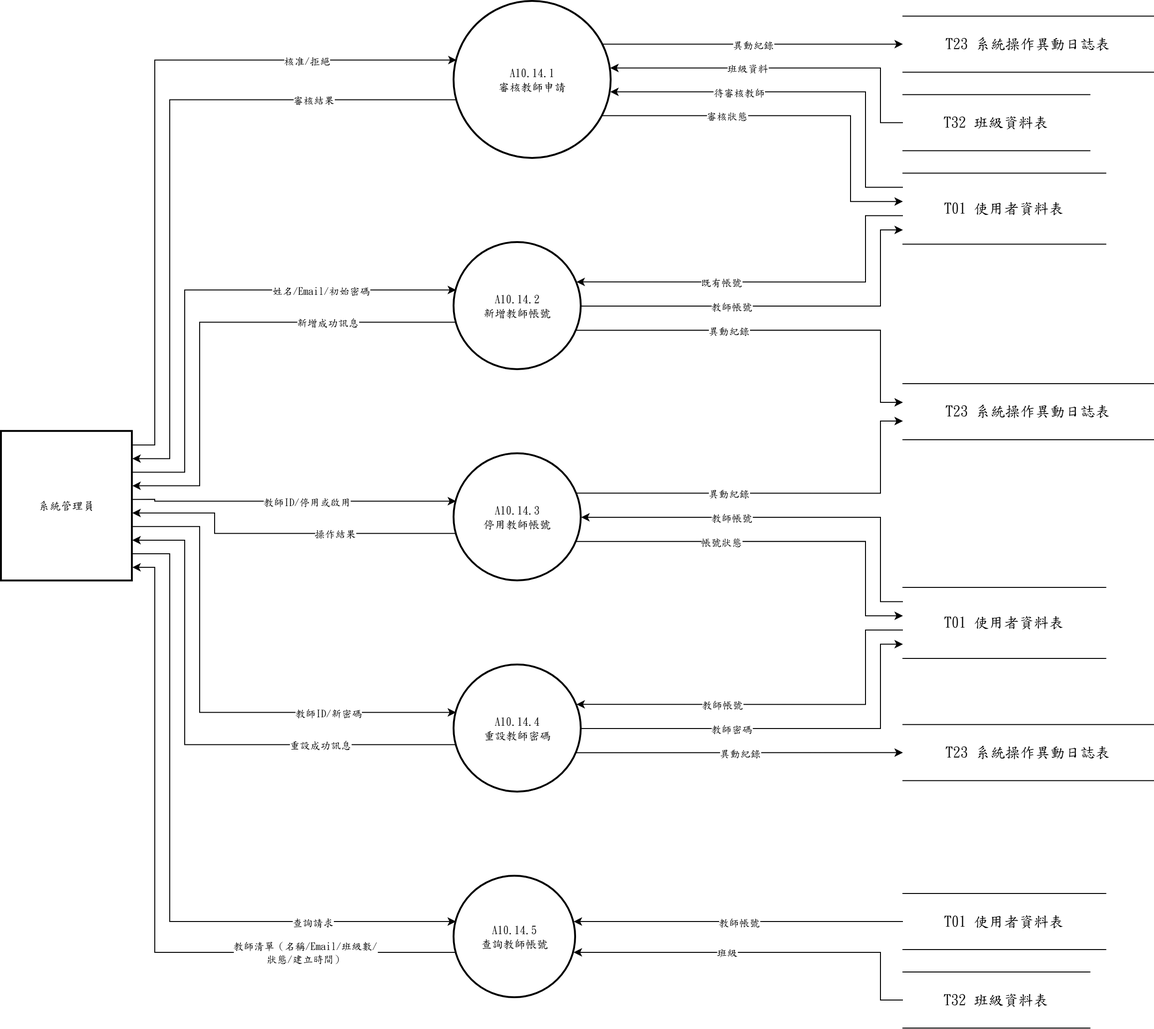
The draw.io diagram 系統文件/第6章/DFD圖/圖10/新/圖10.14.drawio.png in s22452007/115502, before a commit. Source tidied: cells renumbered, new cells last; positions are measured from the earlier drawing's top-left corner, leaving out a move shared by most shapes.
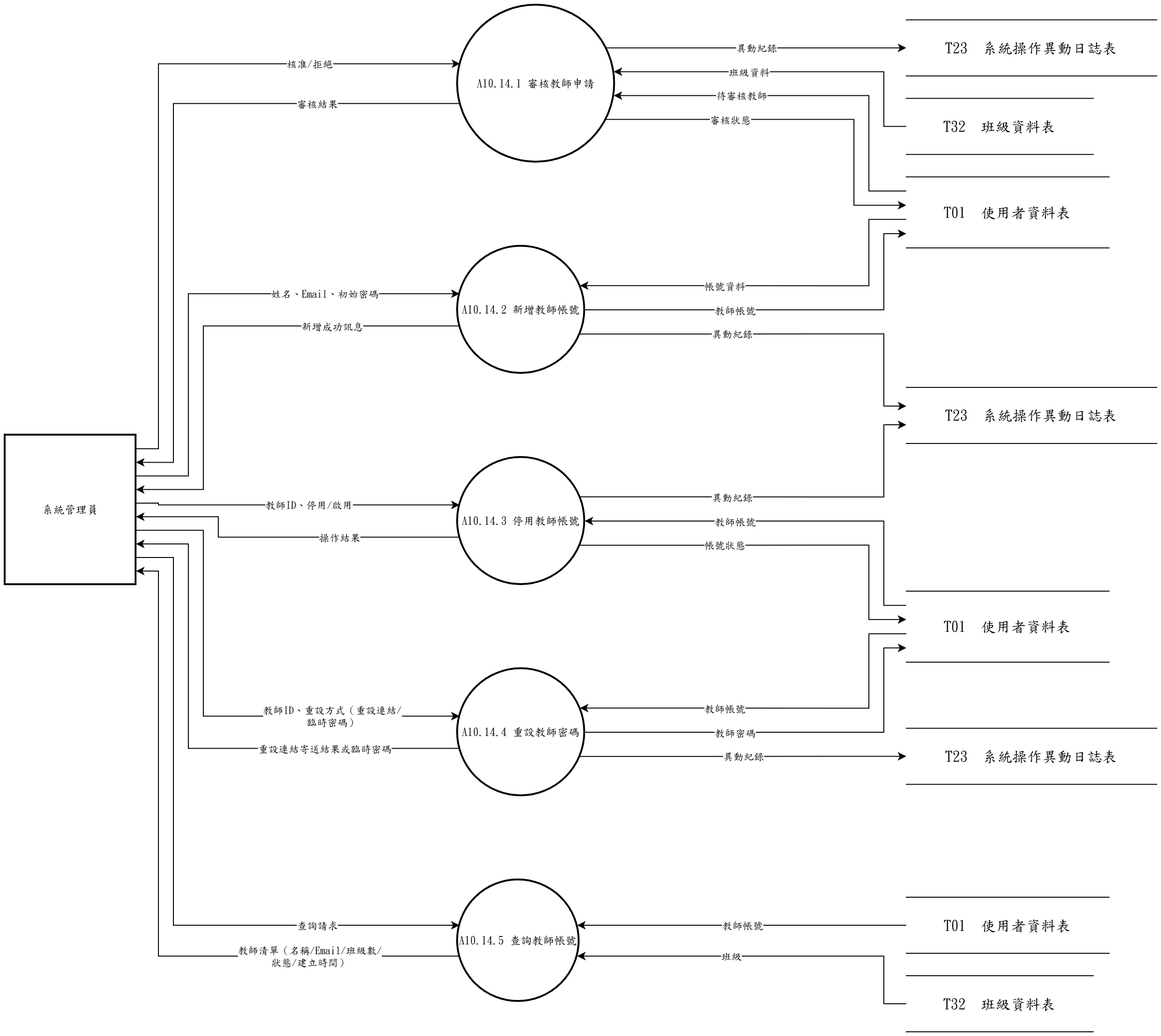
After the change.

Diff of the diagram source:
```diff
@@ -2,46 +2,46 @@
   <root>
     <mxCell id="0" />
     <mxCell id="1" parent="0" />
-    <mxCell id="2" value="A10.14.1&lt;br&gt;審核教師申請" style="ellipse;strokeWidth=2;whiteSpace=wrap;html=1;fontFamily=標楷體;" parent="1" vertex="1">
+    <mxCell id="2" value="A10.14.1 審核教師申請" style="ellipse;strokeWidth=2;whiteSpace=wrap;html=1;fontFamily=標楷體;" parent="1" vertex="1">
       <mxGeometry x="484" width="168" height="168" as="geometry" />
     </mxCell>
-    <mxCell id="3" value="A10.14.2&lt;br&gt;新增教師帳號" style="ellipse;strokeWidth=2;whiteSpace=wrap;html=1;fontFamily=標楷體;" parent="1" vertex="1">
+    <mxCell id="3" value="A10.14.2 新增教師帳號" style="ellipse;strokeWidth=2;whiteSpace=wrap;html=1;fontFamily=標楷體;" parent="1" vertex="1">
       <mxGeometry x="484" y="258" width="136" height="136" as="geometry" />
     </mxCell>
-    <mxCell id="4" value="A10.14.3&lt;br&gt;停用教師帳號" style="ellipse;strokeWidth=2;whiteSpace=wrap;html=1;fontFamily=標楷體;" parent="1" vertex="1">
+    <mxCell id="4" value="A10.14.3 停用教師帳號" style="ellipse;strokeWidth=2;whiteSpace=wrap;html=1;fontFamily=標楷體;" parent="1" vertex="1">
       <mxGeometry x="484" y="484" width="136" height="136" as="geometry" />
     </mxCell>
-    <mxCell id="5" value="A10.14.4&lt;br&gt;重設教師密碼" style="ellipse;strokeWidth=2;whiteSpace=wrap;html=1;fontFamily=標楷體;" parent="1" vertex="1">
+    <mxCell id="5" value="A10.14.4 重設教師密碼" style="ellipse;strokeWidth=2;whiteSpace=wrap;html=1;fontFamily=標楷體;" parent="1" vertex="1">
       <mxGeometry x="484" y="710" width="136" height="136" as="geometry" />
     </mxCell>
-    <mxCell id="6" value="A10.14.5&lt;br&gt;查詢教師帳號" style="ellipse;strokeWidth=2;whiteSpace=wrap;html=1;fontFamily=標楷體;" parent="1" vertex="1">
+    <mxCell id="6" value="A10.14.5 查詢教師帳號" style="ellipse;strokeWidth=2;whiteSpace=wrap;html=1;fontFamily=標楷體;" parent="1" vertex="1">
       <mxGeometry x="484" y="936" width="130" height="130" as="geometry" />
     </mxCell>
     <mxCell id="7" value="系統管理員" style="whiteSpace=wrap;strokeWidth=2;html=1;fontFamily=標楷體;" parent="1" vertex="1">
       <mxGeometry y="460.1" width="140" height="160" as="geometry" />
     </mxCell>
-    <mxCell id="8" value="&lt;span lang=&quot;EN-US&quot; style=&quot;font-size: 12pt;&quot;&gt;T23&amp;nbsp;&lt;/span&gt;&lt;span style=&quot;font-size: 12pt;&quot;&gt;系統操作異動日誌表&lt;/span&gt;" style="shape=partialRectangle;whiteSpace=wrap;html=1;left=0;right=0;fontFamily=標楷體;fontSize=16;" parent="1" vertex="1">
+    <mxCell id="8" value="T23  系統操作異動日誌表" style="shape=partialRectangle;whiteSpace=wrap;html=1;left=0;right=0;fontFamily=標楷體;fontSize=16;" parent="1" vertex="1">
       <mxGeometry x="964" y="15.7" width="268" height="60" as="geometry" />
     </mxCell>
-    <mxCell id="9" value="&lt;span lang=&quot;EN-US&quot; style=&quot;font-size: 12pt;&quot;&gt;T32&amp;nbsp;&lt;/span&gt;&lt;span style=&quot;font-size: 12pt;&quot;&gt;班級資料表&lt;/span&gt;" style="shape=partialRectangle;whiteSpace=wrap;html=1;left=0;right=0;fontFamily=標楷體;fontSize=16;" parent="1" vertex="1">
+    <mxCell id="9" value="T32  班級資料表" style="shape=partialRectangle;whiteSpace=wrap;html=1;left=0;right=0;fontFamily=標楷體;fontSize=16;" parent="1" vertex="1">
       <mxGeometry x="964" y="99.7" width="200" height="60" as="geometry" />
     </mxCell>
-    <mxCell id="10" value="&lt;span lang=&quot;EN-US&quot; style=&quot;font-size: 12pt;&quot;&gt;T01&amp;nbsp;&lt;/span&gt;&lt;span style=&quot;font-size: 12pt;&quot;&gt;使用者資料表&lt;/span&gt;" style="shape=partialRectangle;whiteSpace=wrap;html=1;left=0;right=0;fontFamily=標楷體;fontSize=16;" parent="1" vertex="1">
+    <mxCell id="10" value="T01  使用者資料表" style="shape=partialRectangle;whiteSpace=wrap;html=1;left=0;right=0;fontFamily=標楷體;fontSize=16;" parent="1" vertex="1">
       <mxGeometry x="964" y="183.7" width="217" height="76" as="geometry" />
     </mxCell>
-    <mxCell id="11" value="&lt;span lang=&quot;EN-US&quot; style=&quot;font-size: 12pt;&quot;&gt;T23&amp;nbsp;&lt;/span&gt;&lt;span style=&quot;font-size: 12pt;&quot;&gt;系統操作異動日誌表&lt;/span&gt;" style="shape=partialRectangle;whiteSpace=wrap;html=1;left=0;right=0;fontFamily=標楷體;fontSize=16;" parent="1" vertex="1">
+    <mxCell id="11" value="T23  系統操作異動日誌表" style="shape=partialRectangle;whiteSpace=wrap;html=1;left=0;right=0;fontFamily=標楷體;fontSize=16;" parent="1" vertex="1">
       <mxGeometry x="964" y="409" width="268" height="60" as="geometry" />
     </mxCell>
-    <mxCell id="12" value="&lt;span lang=&quot;EN-US&quot; style=&quot;font-size: 12pt;&quot;&gt;T01&amp;nbsp;&lt;/span&gt;&lt;span style=&quot;font-size: 12pt;&quot;&gt;使用者資料表&lt;/span&gt;" style="shape=partialRectangle;whiteSpace=wrap;html=1;left=0;right=0;fontFamily=標楷體;fontSize=16;" parent="1" vertex="1">
+    <mxCell id="12" value="T01  使用者資料表" style="shape=partialRectangle;whiteSpace=wrap;html=1;left=0;right=0;fontFamily=標楷體;fontSize=16;" parent="1" vertex="1">
       <mxGeometry x="964" y="627" width="217" height="76" as="geometry" />
     </mxCell>
-    <mxCell id="13" value="&lt;span lang=&quot;EN-US&quot; style=&quot;font-size: 12pt;&quot;&gt;T23&amp;nbsp;&lt;/span&gt;&lt;span style=&quot;font-size: 12pt;&quot;&gt;系統操作異動日誌表&lt;/span&gt;" style="shape=partialRectangle;whiteSpace=wrap;html=1;left=0;right=0;fontFamily=標楷體;fontSize=16;" parent="1" vertex="1">
+    <mxCell id="13" value="T23  系統操作異動日誌表" style="shape=partialRectangle;whiteSpace=wrap;html=1;left=0;right=0;fontFamily=標楷體;fontSize=16;" parent="1" vertex="1">
       <mxGeometry x="964" y="773.8" width="268" height="60" as="geometry" />
     </mxCell>
-    <mxCell id="14" value="&lt;span lang=&quot;EN-US&quot; style=&quot;font-size: 12pt;&quot;&gt;T01&amp;nbsp;&lt;/span&gt;&lt;span style=&quot;font-size: 12pt;&quot;&gt;使用者資料表&lt;/span&gt;" style="shape=partialRectangle;whiteSpace=wrap;html=1;left=0;right=0;fontFamily=標楷體;fontSize=16;" parent="1" vertex="1">
+    <mxCell id="14" value="T01  使用者資料表" style="shape=partialRectangle;whiteSpace=wrap;html=1;left=0;right=0;fontFamily=標楷體;fontSize=16;" parent="1" vertex="1">
       <mxGeometry x="964" y="954.5" width="217" height="60" as="geometry" />
     </mxCell>
-    <mxCell id="15" value="&lt;span lang=&quot;EN-US&quot; style=&quot;font-size: 12pt;&quot;&gt;T32&amp;nbsp;&lt;/span&gt;&lt;span style=&quot;font-size: 12pt;&quot;&gt;班級資料表&lt;/span&gt;" style="shape=partialRectangle;whiteSpace=wrap;html=1;left=0;right=0;fontFamily=標楷體;fontSize=16;" parent="1" vertex="1">
+    <mxCell id="15" value="T32  班級資料表" style="shape=partialRectangle;whiteSpace=wrap;html=1;left=0;right=0;fontFamily=標楷體;fontSize=16;" parent="1" vertex="1">
       <mxGeometry x="964" y="1038.5" width="200" height="60" as="geometry" />
     </mxCell>
     <mxCell id="16" style="edgeStyle=none;rounded=0;html=1;fontFamily=標楷體;endArrow=classic;exitX=1.0000;exitY=0.0909;exitDx=0;exitDy=0;exitPerimeter=0;entryX=0.0163;entryY=0.3733;entryDx=0;entryDy=0;entryPerimeter=0;" parent="1" edge="1" source="7" target="2">
@@ -113,7 +113,7 @@
         </Array>
       </mxGeometry>
     </mxCell>
-    <mxCell id="29" value="姓名/Email/初始密碼" style="edgeLabel;html=1;align=center;verticalAlign=middle;fontFamily=標楷體;" parent="28" vertex="1">
+    <mxCell id="29" value="姓名、Email、初始密碼" style="edgeLabel;html=1;align=center;verticalAlign=middle;fontFamily=標楷體;" parent="28" vertex="1">
       <mxGeometry x="0.46" relative="1" as="geometry" />
     </mxCell>
     <mxCell id="30" style="edgeStyle=none;rounded=0;html=1;fontFamily=標楷體;endArrow=classic;exitX=0.0000;exitY=0.6000;exitDx=0;exitDy=0;exitPerimeter=0;entryX=0.9625;entryY=0.3100;entryDx=0;entryDy=0;entryPerimeter=0;" parent="1" edge="1" source="10" target="3">
@@ -124,7 +124,7 @@
         </Array>
       </mxGeometry>
     </mxCell>
-    <mxCell id="31" value="既有帳號" style="edgeLabel;html=1;align=center;verticalAlign=middle;fontFamily=標楷體;" parent="30" vertex="1">
+    <mxCell id="31" value="帳號資料" style="edgeLabel;html=1;align=center;verticalAlign=middle;fontFamily=標楷體;" parent="30" vertex="1">
       <mxGeometry x="0.26" relative="1" as="geometry" />
     </mxCell>
     <mxCell id="32" style="edgeStyle=none;rounded=0;html=1;fontFamily=標楷體;endArrow=classic;exitX=0.0163;exitY=0.6267;exitDx=0;exitDy=0;exitPerimeter=0;entryX=1.0000;entryY=0.3636;entryDx=0;entryDy=0;entryPerimeter=0;" parent="1" edge="1" source="3" target="7">
@@ -168,7 +168,7 @@
         </Array>
       </mxGeometry>
     </mxCell>
-    <mxCell id="39" value="教師ID/停用或啟用" style="edgeLabel;html=1;align=center;verticalAlign=middle;fontFamily=標楷體;" parent="38" vertex="1">
+    <mxCell id="39" value="教師ID、停用/啟用" style="edgeLabel;html=1;align=center;verticalAlign=middle;fontFamily=標楷體;" parent="38" vertex="1">
       <mxGeometry x="0.07" relative="1" as="geometry" />
     </mxCell>
     <mxCell id="40" style="edgeStyle=none;rounded=0;html=1;fontFamily=標楷體;endArrow=classic;exitX=0.0000;exitY=0.2000;exitDx=0;exitDy=0;exitPerimeter=0;entryX=1.0000;entryY=0.5000;entryDx=0;entryDy=0;entryPerimeter=0;" parent="1" edge="1" source="12" target="4">
@@ -223,7 +223,7 @@
         </Array>
       </mxGeometry>
     </mxCell>
-    <mxCell id="49" value="教師ID/新密碼" style="edgeLabel;html=1;align=center;verticalAlign=middle;fontFamily=標楷體;" parent="48" vertex="1">
+    <mxCell id="49" value="教師ID、重設方式（重設連結/&lt;br&gt;臨時密碼）" style="edgeLabel;html=1;align=center;verticalAlign=middle;fontFamily=標楷體;" parent="48" vertex="1">
       <mxGeometry x="0.5" relative="1" as="geometry" />
     </mxCell>
     <mxCell id="50" style="edgeStyle=none;rounded=0;html=1;fontFamily=標楷體;endArrow=classic;exitX=0.0000;exitY=0.6000;exitDx=0;exitDy=0;exitPerimeter=0;entryX=0.9625;entryY=0.3100;entryDx=0;entryDy=0;entryPerimeter=0;" parent="1" edge="1" source="12" target="5">
@@ -245,7 +245,7 @@
         </Array>
       </mxGeometry>
     </mxCell>
-    <mxCell id="53" value="重設成功訊息" style="edgeLabel;html=1;align=center;verticalAlign=middle;fontFamily=標楷體;" parent="52" vertex="1">
+    <mxCell id="53" value="重設連結寄送結果或臨時密碼" style="edgeLabel;html=1;align=center;verticalAlign=middle;fontFamily=標楷體;" parent="52" vertex="1">
       <mxGeometry x="-0.49" relative="1" as="geometry" />
     </mxCell>
     <mxCell id="54" style="edgeStyle=none;rounded=0;html=1;fontFamily=標楷體;endArrow=classic;exitX=1.0000;exitY=0.5000;exitDx=0;exitDy=0;exitPerimeter=0;entryX=0.0000;entryY=0.8000;entryDx=0;entryDy=0;entryPerimeter=0;" parent="1" edge="1" source="5" target="12">
```
